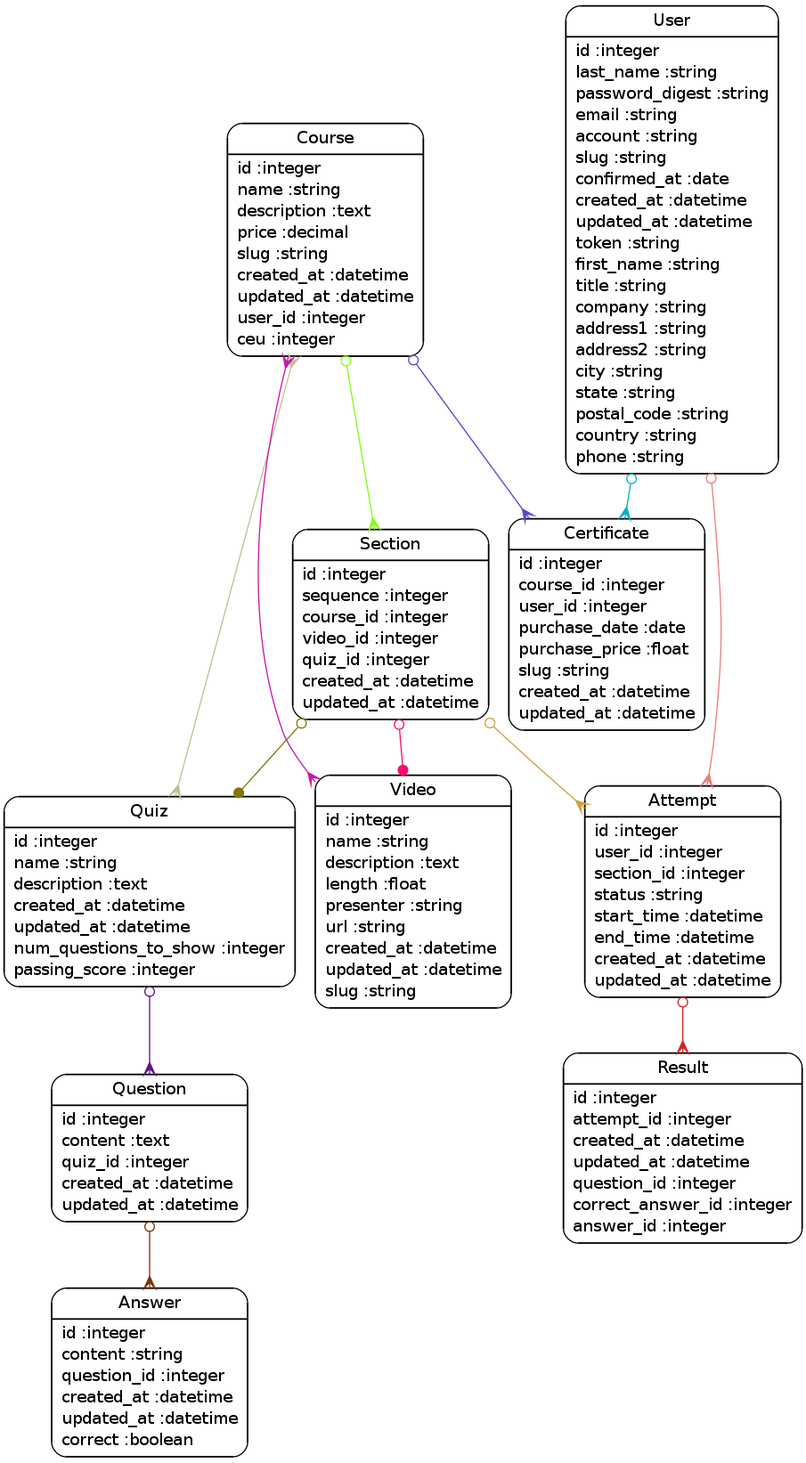
Before: doc/models.png, a diagram exported from Graphviz (jwncoexists/strategicHR). Its source is kept beside it as doc/models.dot.
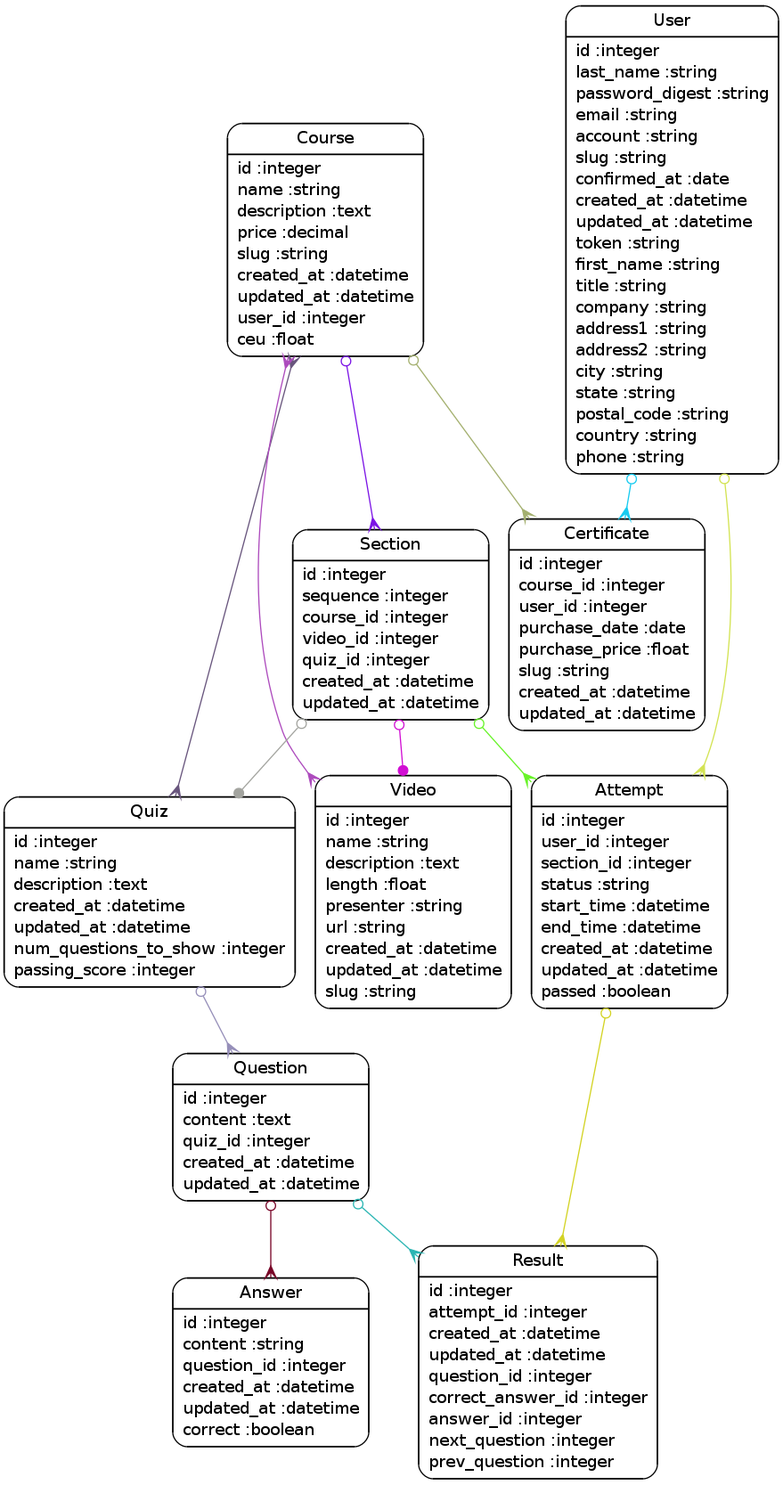
Later version of the same file.

Diff of the diagram source:
```diff
@@ -1,25 +1,26 @@
 digraph models_diagram {
 	graph[overlap=false, splines=true]
 	"Answer" [shape=Mrecord, label="{Answer|id :integer\lcontent :string\lquestion_id :integer\lcreated_at :datetime\lupdated_at :datetime\lcorrect :boolean\l}"]
-	"Attempt" [shape=Mrecord, label="{Attempt|id :integer\luser_id :integer\lsection_id :integer\lstatus :string\lstart_time :datetime\lend_time :datetime\lcreated_at :datetime\lupdated_at :datetime\l}"]
+	"Attempt" [shape=Mrecord, label="{Attempt|id :integer\luser_id :integer\lsection_id :integer\lstatus :string\lstart_time :datetime\lend_time :datetime\lcreated_at :datetime\lupdated_at :datetime\lpassed :boolean\l}"]
 	"Certificate" [shape=Mrecord, label="{Certificate|id :integer\lcourse_id :integer\luser_id :integer\lpurchase_date :date\lpurchase_price :float\lslug :string\lcreated_at :datetime\lupdated_at :datetime\l}"]
-	"Course" [shape=Mrecord, label="{Course|id :integer\lname :string\ldescription :text\lprice :decimal\lslug :string\lcreated_at :datetime\lupdated_at :datetime\luser_id :integer\lceu :integer\l}"]
+	"Course" [shape=Mrecord, label="{Course|id :integer\lname :string\ldescription :text\lprice :decimal\lslug :string\lcreated_at :datetime\lupdated_at :datetime\luser_id :integer\lceu :float\l}"]
 	"Question" [shape=Mrecord, label="{Question|id :integer\lcontent :text\lquiz_id :integer\lcreated_at :datetime\lupdated_at :datetime\l}"]
 	"Quiz" [shape=Mrecord, label="{Quiz|id :integer\lname :string\ldescription :text\lcreated_at :datetime\lupdated_at :datetime\lnum_questions_to_show :integer\lpassing_score :integer\l}"]
-	"Result" [shape=Mrecord, label="{Result|id :integer\lattempt_id :integer\lcreated_at :datetime\lupdated_at :datetime\lquestion_id :integer\lcorrect_answer_id :integer\lanswer_id :integer\l}"]
+	"Result" [shape=Mrecord, label="{Result|id :integer\lattempt_id :integer\lcreated_at :datetime\lupdated_at :datetime\lquestion_id :integer\lcorrect_answer_id :integer\lanswer_id :integer\lnext_question :integer\lprev_question :integer\l}"]
 	"Section" [shape=Mrecord, label="{Section|id :integer\lsequence :integer\lcourse_id :integer\lvideo_id :integer\lquiz_id :integer\lcreated_at :datetime\lupdated_at :datetime\l}"]
 	"User" [shape=Mrecord, label="{User|id :integer\llast_name :string\lpassword_digest :string\lemail :string\laccount :string\lslug :string\lconfirmed_at :date\lcreated_at :datetime\lupdated_at :datetime\ltoken :string\lfirst_name :string\ltitle :string\lcompany :string\laddress1 :string\laddress2 :string\lcity :string\lstate :string\lpostal_code :string\lcountry :string\lphone :string\l}"]
 	"Video" [shape=Mrecord, label="{Video|id :integer\lname :string\ldescription :text\llength :float\lpresenter :string\lurl :string\lcreated_at :datetime\lupdated_at :datetime\lslug :string\l}"]
-	"Attempt" -> "Result" [arrowtail=odot, arrowhead=crow, dir=both color="#DA2023"]
-	"Course" -> "Section" [arrowtail=odot, arrowhead=crow, dir=both color="#83FD15"]
-	"Course" -> "Video" [arrowtail=crow, arrowhead=crow, dir=both color="#CA17AA"]
-	"Course" -> "Quiz" [arrowtail=crow, arrowhead=crow, dir=both color="#C1C095"]
-	"Course" -> "Certificate" [arrowtail=odot, arrowhead=crow, dir=both color="#5448D3"]
-	"Question" -> "Answer" [arrowtail=odot, arrowhead=crow, dir=both color="#803104"]
-	"Quiz" -> "Question" [arrowtail=odot, arrowhead=crow, dir=both color="#5A1486"]
-	"Section" -> "Video" [arrowtail=odot, arrowhead=dot, dir=both color="#FA0C6C"]
-	"Section" -> "Quiz" [arrowtail=odot, arrowhead=dot, dir=both color="#817608"]
-	"Section" -> "Attempt" [arrowtail=odot, arrowhead=crow, dir=both color="#CBA13C"]
-	"User" -> "Certificate" [arrowtail=odot, arrowhead=crow, dir=both color="#0BB0BF"]
-	"User" -> "Attempt" [arrowtail=odot, arrowhead=crow, dir=both color="#EE7D77"]
+	"Attempt" -> "Result" [arrowtail=odot, arrowhead=crow, dir=both color="#D3D324"]
+	"Course" -> "Section" [arrowtail=odot, arrowhead=crow, dir=both color="#7B14E5"]
+	"Course" -> "Video" [arrowtail=crow, arrowhead=crow, dir=both color="#AD4BBD"]
+	"Course" -> "Quiz" [arrowtail=crow, arrowhead=crow, dir=both color="#68557D"]
+	"Course" -> "Certificate" [arrowtail=odot, arrowhead=crow, dir=both color="#A4B06F"]
+	"Question" -> "Answer" [arrowtail=odot, arrowhead=crow, dir=both color="#780427"]
+	"Question" -> "Result" [arrowtail=odot, arrowhead=crow, dir=both color="#2BB5B3"]
+	"Quiz" -> "Question" [arrowtail=odot, arrowhead=crow, dir=both color="#968FB9"]
+	"Section" -> "Video" [arrowtail=odot, arrowhead=dot, dir=both color="#D10ED3"]
+	"Section" -> "Quiz" [arrowtail=odot, arrowhead=dot, dir=both color="#A3A49F"]
+	"Section" -> "Attempt" [arrowtail=odot, arrowhead=crow, dir=both color="#68F329"]
+	"User" -> "Certificate" [arrowtail=odot, arrowhead=crow, dir=both color="#17CBF0"]
+	"User" -> "Attempt" [arrowtail=odot, arrowhead=crow, dir=both color="#D3E353"]
 }
```
